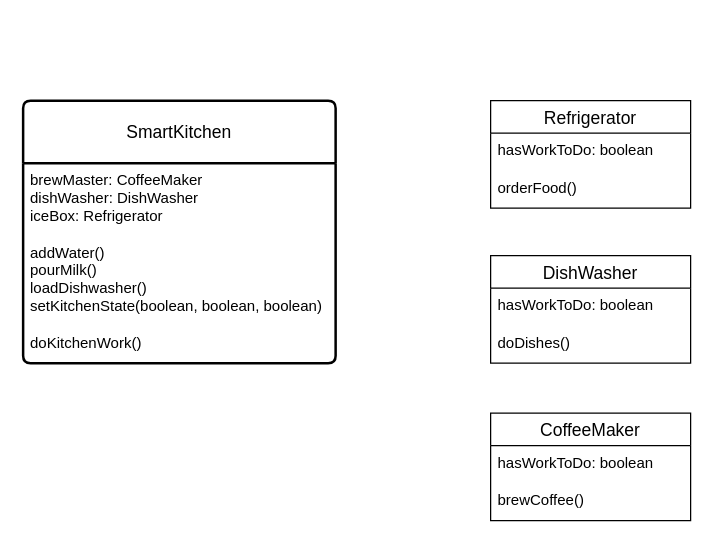
The draw.io diagram 103- Composition challenge.drawio in thuong-vu/week3, before the edit. Source tidied: cells renumbered, new cells numbered last; positions are measured from the earlier drawing's top-left corner, leaving out a move shared by most shapes. Both pictures are drawn from the tidied source at 125%, with x=0, y=0 at pixel (22, 100).
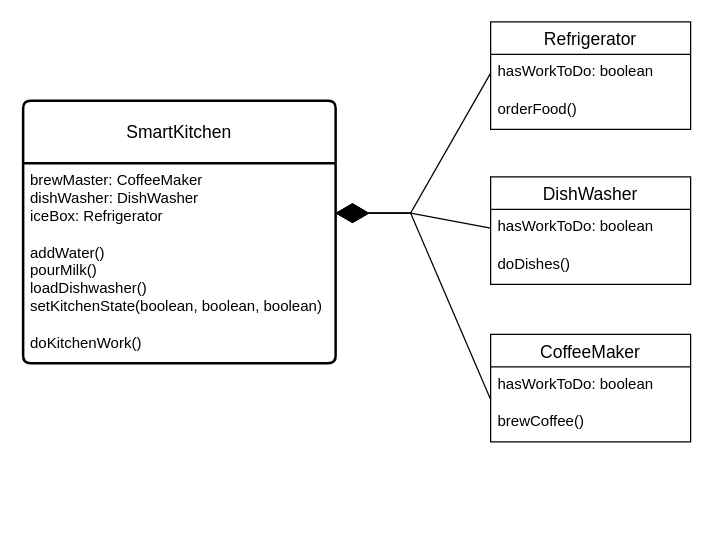
Above is the later version.

The change refers to these unchanged cells:
```xml
<mxCell id="3" value="brewMaster: CoffeeMaker&lt;br&gt;dishWasher: DishWasher&lt;br&gt;iceBox: Refrigerator&lt;br&gt;&lt;br&gt;addWater()&lt;br&gt;pourMilk()&lt;br&gt;loadDishwasher()&lt;br&gt;setKitchenState(boolean, boolean, boolean)&lt;br&gt;&lt;br&gt;doKitchenWork()" style="align=left;strokeColor=none;fillColor=none;spacingLeft=4;fontSize=12;verticalAlign=top;html=1;" parent="2" vertex="1">
  <mxGeometry y="50" width="250" height="160" as="geometry" />
</mxCell>
<mxCell id="5" value="hasWorkToDo: boolean" style="text;strokeColor=none;fillColor=none;spacingLeft=4;spacingRight=4;overflow=hidden;points=[[0,0.5],[1,0.5]];portConstraint=eastwest;fontSize=12;whiteSpace=wrap;html=1;" parent="4" vertex="1">
  <mxGeometry y="26" width="160" height="30" as="geometry" />
</mxCell>
<mxCell id="8" value="hasWorkToDo: boolean" style="text;strokeColor=none;fillColor=none;spacingLeft=4;spacingRight=4;overflow=hidden;points=[[0,0.5],[1,0.5]];portConstraint=eastwest;fontSize=12;whiteSpace=wrap;html=1;" parent="7" vertex="1">
  <mxGeometry y="26" width="160" height="30" as="geometry" />
</mxCell>
<mxCell id="12" value="brewCoffee()" style="text;strokeColor=none;fillColor=none;spacingLeft=4;spacingRight=4;overflow=hidden;points=[[0,0.5],[1,0.5]];portConstraint=eastwest;fontSize=12;whiteSpace=wrap;html=1;" parent="10" vertex="1">
  <mxGeometry y="56" width="160" height="30" as="geometry" />
</mxCell>
```

The edit, as a diff of the source:
```diff
@@
+    <mxCell id="13" style="group;" parent="1" vertex="1">
+      <mxGeometry x="374" y="-63" width="160" height="336" as="geometry" />
+    </mxCell>
-    <mxCell id="4" value="Refrigerator" style="swimlane;fontStyle=0;horizontal=1;startSize=26;align=center;fontSize=14;" parent="1" vertex="1">
-      <mxGeometry x="374" width="160" height="86" as="geometry" />
+    <mxCell id="4" value="Refrigerator" style="swimlane;fontStyle=0;horizontal=1;startSize=26;align=center;fontSize=14;" parent="13" vertex="1">
+      <mxGeometry width="160" height="86" as="geometry" />
     </mxCell>
@@
-    <mxCell id="7" value="DishWasher" style="swimlane;fontStyle=0;horizontal=1;startSize=26;align=center;fontSize=14;" parent="1" vertex="1">
-      <mxGeometry x="374" y="124" width="160" height="86" as="geometry" />
+    <mxCell id="7" value="DishWasher" style="swimlane;fontStyle=0;horizontal=1;startSize=26;align=center;fontSize=14;" parent="13" vertex="1">
+      <mxGeometry y="124" width="160" height="86" as="geometry" />
     </mxCell>
@@
-    <mxCell id="10" value="CoffeeMaker" style="swimlane;fontStyle=0;horizontal=1;startSize=26;align=center;fontSize=14;" parent="1" vertex="1">
-      <mxGeometry x="374" y="250" width="160" height="86" as="geometry" />
+    <mxCell id="10" value="CoffeeMaker" style="swimlane;fontStyle=0;horizontal=1;startSize=26;align=center;fontSize=14;" parent="13" vertex="1">
+      <mxGeometry y="250" width="160" height="86" as="geometry" />
     </mxCell>
@@
+    <mxCell id="14" style="endArrow=diamondThin;endFill=1;endSize=24;html=1;rounded=0;entryX=1;entryY=0.25;entryDx=0;entryDy=0;exitX=0;exitY=0.5;exitDx=0;exitDy=0;" parent="1" edge="1" source="5" target="3">
+      <mxGeometry relative="1" as="geometry">
+        <Array as="points">
+          <mxPoint x="310" y="90" />
+        </Array>
+      </mxGeometry>
+    </mxCell>
+    <mxCell id="15" style="endArrow=diamondThin;endFill=1;endSize=24;html=1;rounded=0;entryX=1;entryY=0.25;entryDx=0;entryDy=0;exitX=0;exitY=0.5;exitDx=0;exitDy=0;" parent="1" edge="1" source="8" target="3">
+      <mxGeometry relative="1" as="geometry">
+        <Array as="points">
+          <mxPoint x="310" y="90" />
+        </Array>
+      </mxGeometry>
+    </mxCell>
+    <mxCell id="16" style="endArrow=diamondThin;endFill=1;endSize=24;html=1;rounded=0;entryX=1;entryY=0.25;entryDx=0;entryDy=0;exitX=0;exitY=-0.133;exitDx=0;exitDy=0;exitPerimeter=0;" parent="1" edge="1" source="12" target="3">
+      <mxGeometry relative="1" as="geometry">
+        <Array as="points">
+          <mxPoint x="310" y="90" />
+        </Array>
+      </mxGeometry>
+    </mxCell>
```
